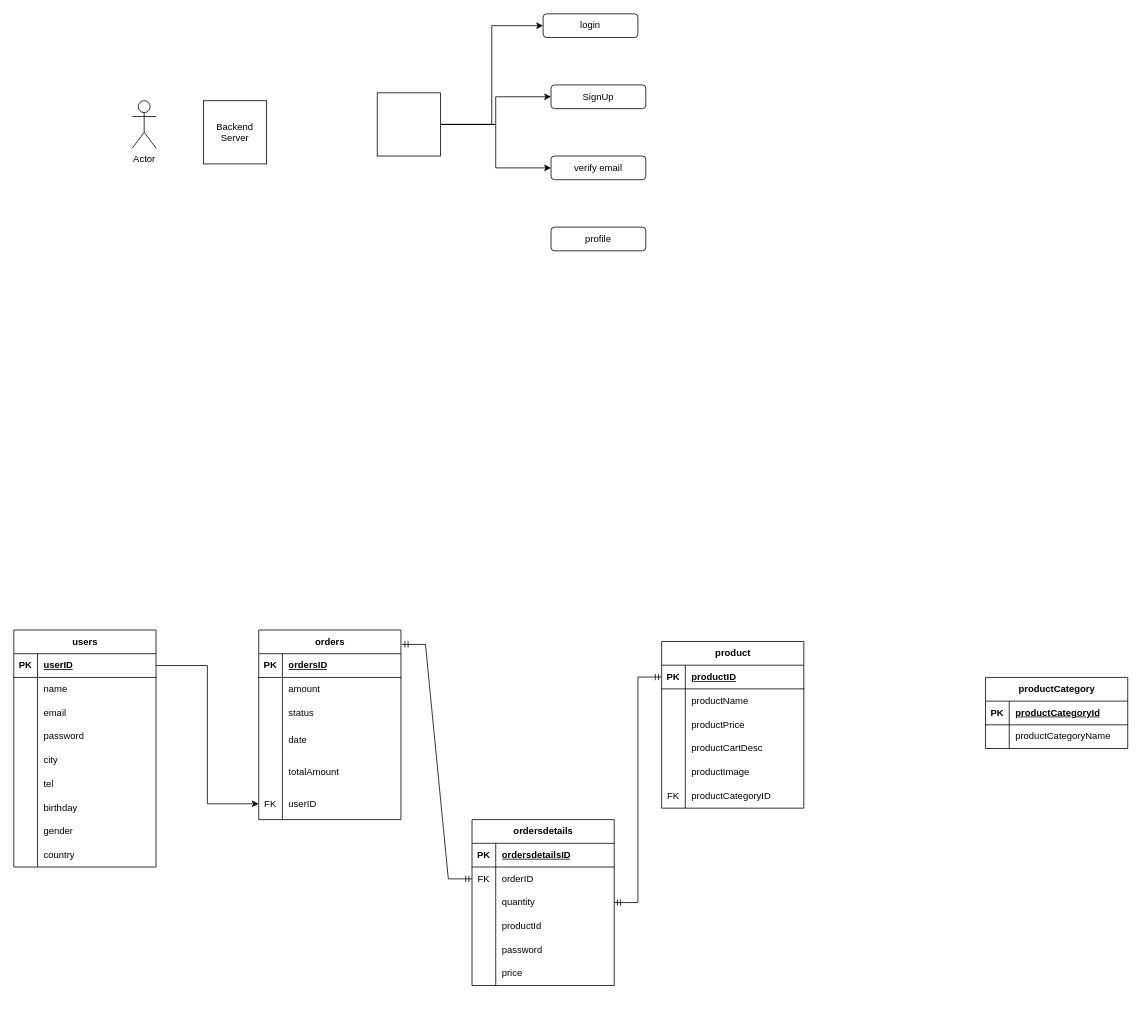
This is ecommerce.drawio from darrelX/ecommerce-backend, a draw.io file, before an edit. Source tidied: cells renumbered, new cells numbered last; positions are measured from the earlier drawing's top-left corner, leaving out a move shared by most shapes. Both pictures are drawn from the tidied source at 79%, with x=0, y=0 at pixel (13, 13).
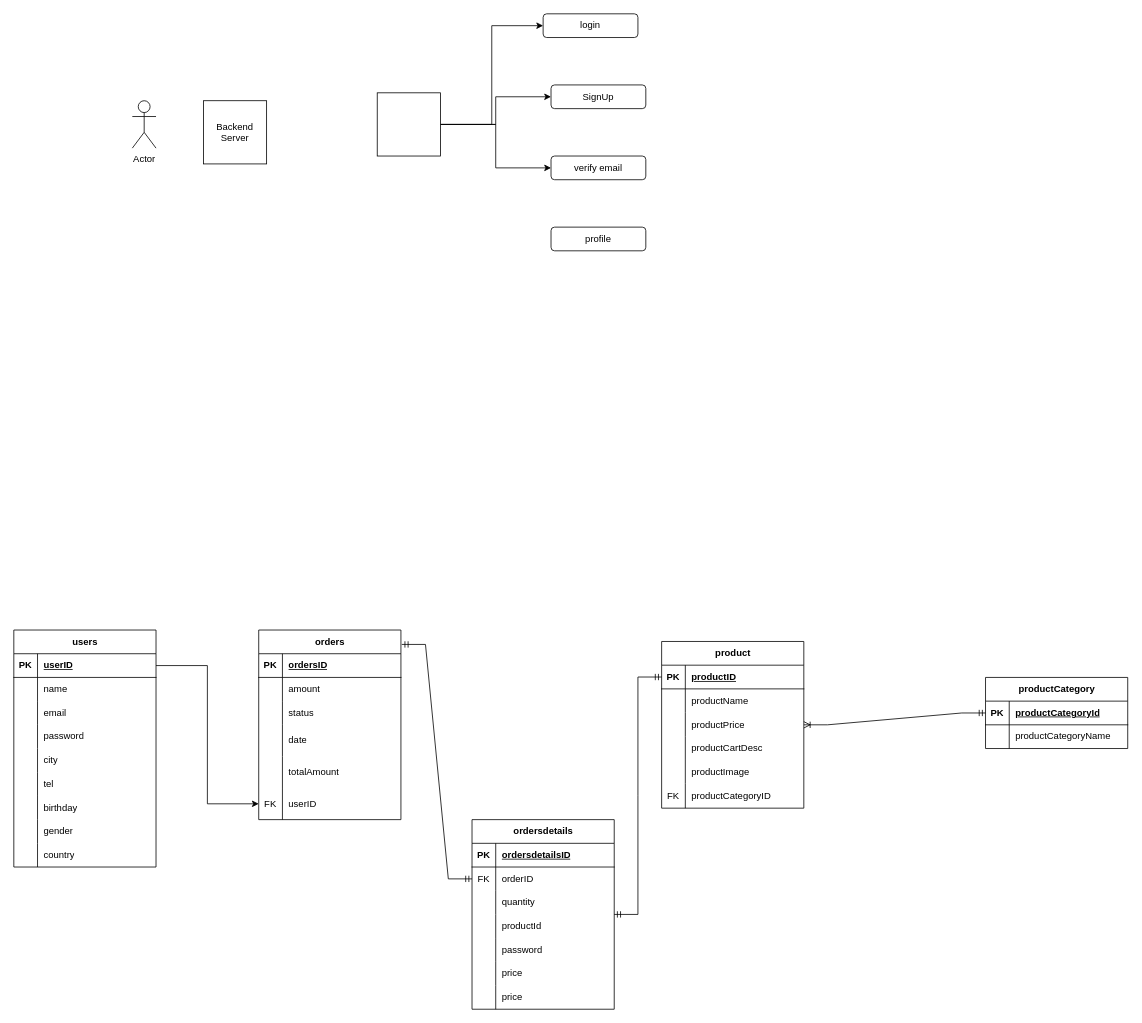
Above is the later version.

The change refers to these unchanged cells:
```xml
<mxCell id="78" value="product" style="shape=table;startSize=30;childLayout=tableLayout;rowLines=0;fontStyle=1;align=center;html=1;" parent="1" vertex="1">
  <mxGeometry x="820" y="794.5" width="180" height="211" as="geometry" />
</mxCell>
<mxCell id="97" value="productCategory" style="shape=table;startSize=30;childLayout=tableLayout;rowLines=0;fontStyle=1;align=center;html=1;" parent="1" vertex="1">
  <mxGeometry x="1230" y="840" width="180" height="90" as="geometry" />
</mxCell>
```

The edit, as a diff of the source:
```diff
@@
     <mxCell id="59" value="ordersdetails" style="shape=table;startSize=30;childLayout=tableLayout;rowLines=0;fontStyle=1;align=center;html=1;" parent="1" vertex="1">
-      <mxGeometry x="580" y="1020" width="180" height="210" as="geometry" />
+      <mxGeometry x="580" y="1020" width="180" height="240" as="geometry" />
     </mxCell>
@@
+    <mxCell id="107" style="shape=tableRow;horizontal=0;startSize=0;swimlaneHead=0;swimlaneBody=0;fillColor=none;top=0;left=0;right=0;bottom=0;" parent="59" vertex="1">
+      <mxGeometry y="180" width="180" height="30" as="geometry" />
+    </mxCell>
+    <mxCell id="108" style="shape=partialRectangle;fillColor=none;top=0;left=0;bottom=0;right=0;overflow=hidden;whiteSpace=wrap;html=1;" parent="107" vertex="1">
+      <mxGeometry width="30" height="30" as="geometry" />
+    </mxCell>
+    <mxCell id="109" value="price" style="shape=partialRectangle;fillColor=none;top=0;left=0;bottom=0;right=0;align=left;spacingLeft=6;overflow=hidden;whiteSpace=wrap;html=1;" parent="107" vertex="1">
+      <mxGeometry x="30" width="150" height="30" as="geometry" />
+    </mxCell>
     <mxCell id="75" style="shape=tableRow;horizontal=0;startSize=0;swimlaneHead=0;swimlaneBody=0;fillColor=none;top=0;left=0;right=0;bottom=0;" parent="59" vertex="1">
-      <mxGeometry y="180" width="180" height="30" as="geometry" />
+      <mxGeometry y="210" width="180" height="30" as="geometry" />
     </mxCell>
@@
+    <mxCell id="110" style="edgeStyle=entityRelationEdgeStyle;fontSize=12;html=1;endArrow=ERoneToMany;startArrow=ERmandOne;rounded=0;" parent="1" edge="1" source="97" target="78">
+      <mxGeometry relative="1" as="geometry" />
+    </mxCell>
```
